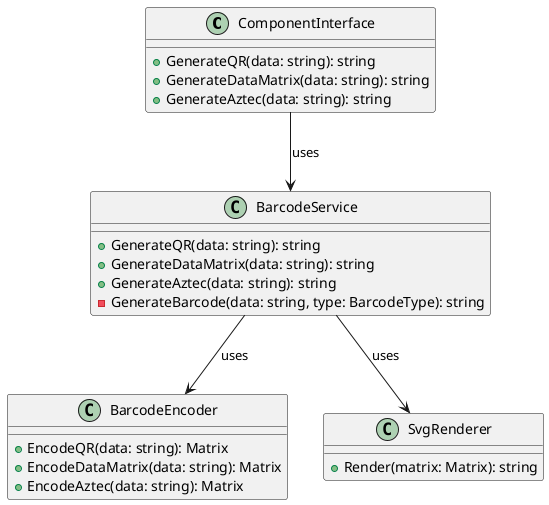
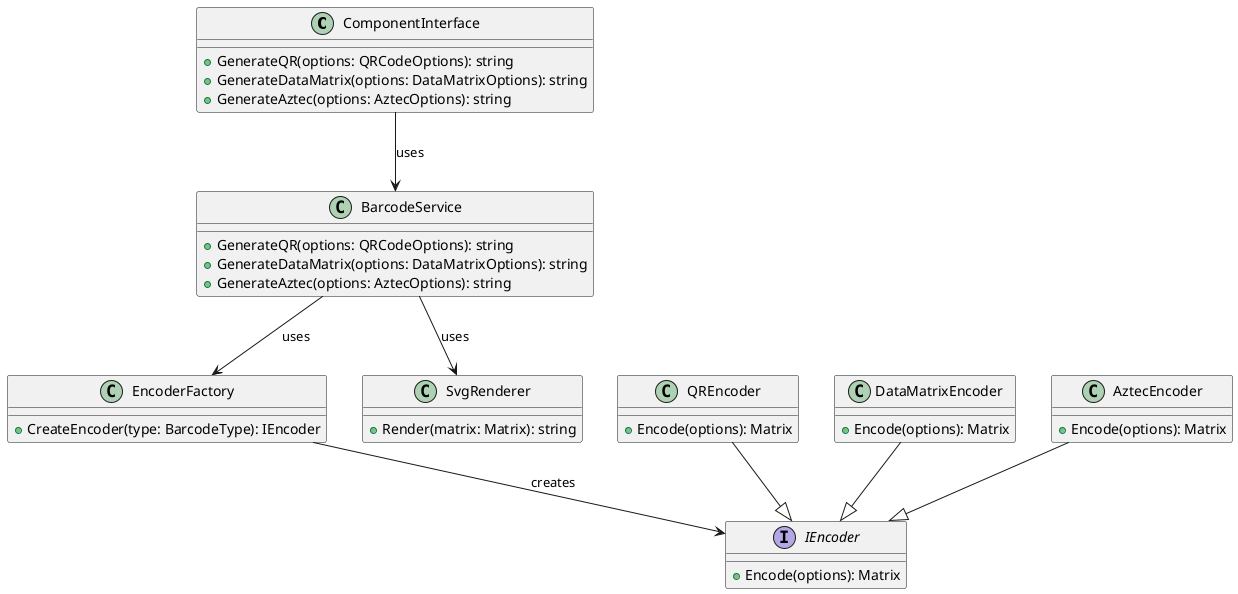
@startuml

class ComponentInterface {
-   +GenerateQR(data: string): string
-   +GenerateDataMatrix(data: string): string
-   +GenerateAztec(data: string): string
+   +GenerateQR(options: QRCodeOptions): string
+   +GenerateDataMatrix(options: DataMatrixOptions): string
+   +GenerateAztec(options: AztecOptions): string
}

class BarcodeService {
-   +GenerateQR(data: string): string
-   +GenerateDataMatrix(data: string): string
-   +GenerateAztec(data: string): string
-   -GenerateBarcode(data: string, type: BarcodeType): string
+   +GenerateQR(options: QRCodeOptions): string
+   +GenerateDataMatrix(options: DataMatrixOptions): string
+   +GenerateAztec(options: AztecOptions): string
}

- class BarcodeEncoder {
-   +EncodeQR(data: string): Matrix
-   +EncodeDataMatrix(data: string): Matrix
-   +EncodeAztec(data: string): Matrix
+ class EncoderFactory {
+   +CreateEncoder(type: BarcodeType): IEncoder
+ }
+ 
+ interface IEncoder {
+   +Encode(options): Matrix
+ }
+ 
+ class QREncoder {
+   +Encode(options): Matrix
+ }
+ 
+ class DataMatrixEncoder {
+   +Encode(options): Matrix
+ }
+ 
+ class AztecEncoder {
+   +Encode(options): Matrix
}

class SvgRenderer {
  +Render(matrix: Matrix): string
}

ComponentInterface --> BarcodeService : uses
- BarcodeService --> BarcodeEncoder : uses
+ BarcodeService --> EncoderFactory : uses
BarcodeService --> SvgRenderer : uses
+ EncoderFactory --> IEncoder : creates
+ 
+ QREncoder --|> IEncoder
+ DataMatrixEncoder --|> IEncoder
+ AztecEncoder --|> IEncoder

@enduml
